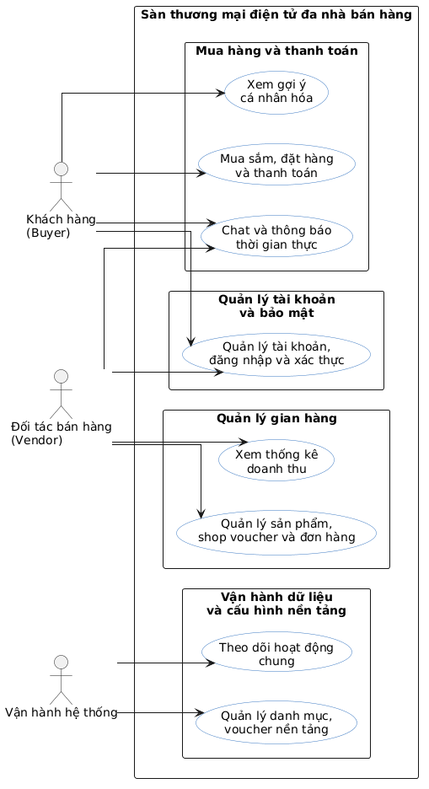
The PlantUML diagram report/Chuong/images/generated/general_use_case.png in kiwwi1/DATN, before a commit.
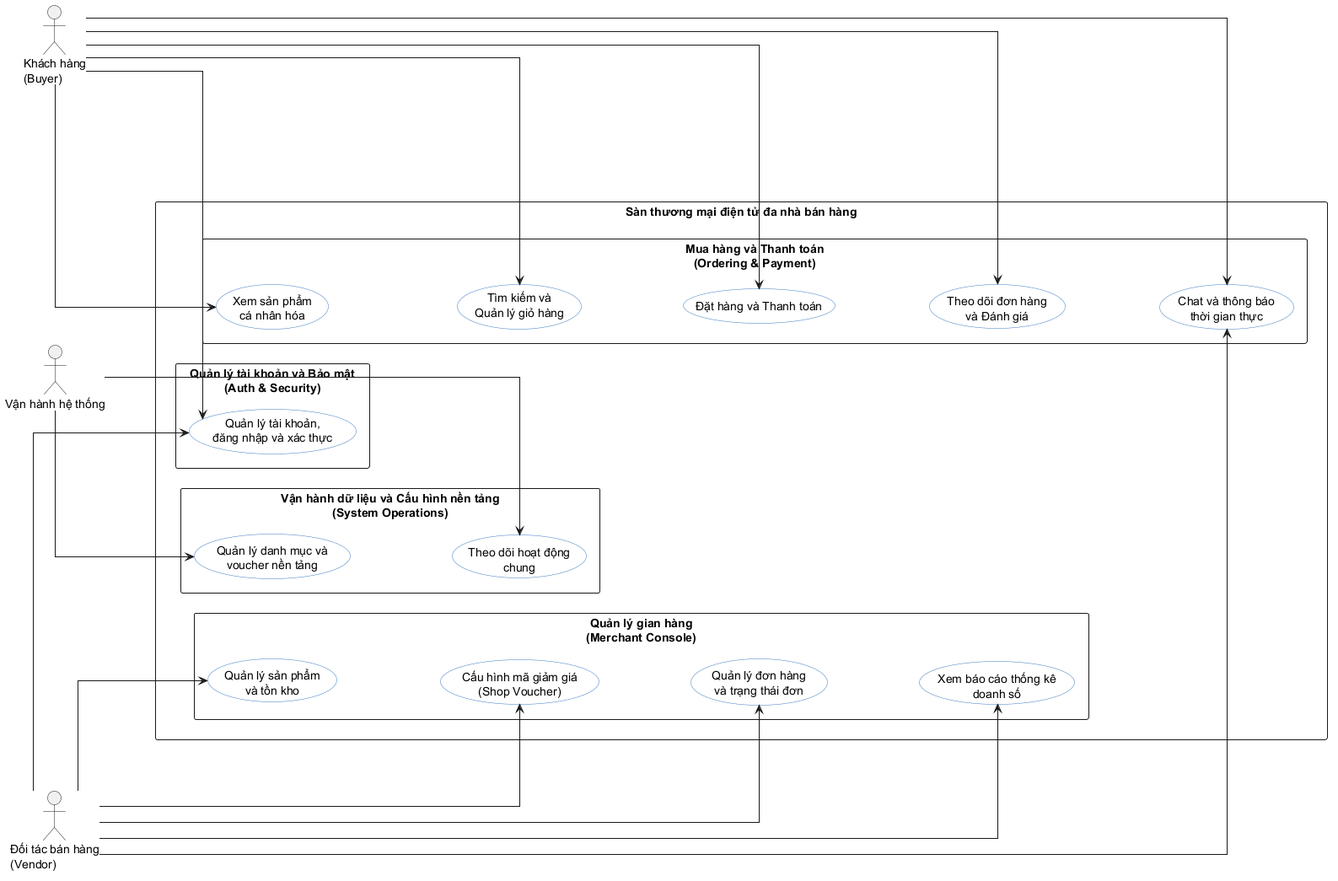
Above is the later version.

The edit, as a diff of the source:
```diff
@@ -8,48 +8,69 @@
   BorderColor #3A78C2
 }
 
+skinparam nodesep 60
+skinparam ranksep 100
+
 actor "Khách hàng\n(Buyer)" as Buyer
 actor "Đối tác bán hàng\n(Vendor)" as Vendor
 actor "Vận hành hệ thống" as Ops
 
 rectangle "Sàn thương mại điện tử đa nhà bán hàng" {
-  package "Quản lý tài khoản\nvà bảo mật" {
+  package "Quản lý tài khoản và Bảo mật\n(Auth & Security)" {
     usecase "Quản lý tài khoản,\nđăng nhập và xác thực" as UC_Auth
   }
 
-  package "Mua hàng và thanh toán" {
-    usecase "Xem gợi ý\ncá nhân hóa" as UC_Rec
-    usecase "Mua sắm, đặt hàng\nvà thanh toán" as UC_Shopping
+  package "Mua hàng và Thanh toán\n(Ordering & Payment)" {
+    usecase "Xem sản phẩm\ncá nhân hóa" as UC_Rec
+    usecase "Tìm kiếm và\nQuản lý giỏ hàng" as UC_Cart
+    usecase "Đặt hàng và Thanh toán" as UC_Order
+    usecase "Theo dõi đơn hàng\nvà Đánh giá" as UC_TrackReview
     usecase "Chat và thông báo\nthời gian thực" as UC_Chat
+
+    UC_Rec -[hidden]down-> UC_Cart
+    UC_Cart -[hidden]down-> UC_Order
+    UC_Order -[hidden]down-> UC_TrackReview
+    UC_TrackReview -[hidden]down-> UC_Chat
   }
 
-  package "Quản lý gian hàng" {
-    usecase "Quản lý sản phẩm,\nshop voucher và đơn hàng" as UC_Merchant
-    usecase "Xem thống kê\ndoanh thu" as UC_Stats
+  package "Quản lý gian hàng\n(Merchant Console)" {
+    usecase "Quản lý sản phẩm\nvà tồn kho" as UC_Product
+    usecase "Cấu hình mã giảm giá\n(Shop Voucher)" as UC_Voucher
+    usecase "Quản lý đơn hàng\nvà trạng thái đơn" as UC_OrderMgr
+    usecase "Xem báo cáo thống kê\ndoanh số" as UC_Stats
+
+    UC_Product -[hidden]down-> UC_Voucher
+    UC_Voucher -[hidden]down-> UC_OrderMgr
+    UC_OrderMgr -[hidden]down-> UC_Stats
   }
 
-  package "Vận hành dữ liệu\nvà cấu hình nền tảng" {
-    usecase "Quản lý danh mục,\nvoucher nền tảng" as UC_OpsData
+  package "Vận hành dữ liệu và Cấu hình nền tảng\n(System Operations)" {
+    usecase "Quản lý danh mục và\nvoucher nền tảng" as UC_OpsData
     usecase "Theo dõi hoạt động\nchung" as UC_Monitor
+
+    UC_OpsData -[hidden]down-> UC_Monitor
   }
 }
 
 UC_Auth -[hidden]right-> UC_Rec
-UC_Rec -[hidden]right-> UC_Merchant
-UC_Merchant -[hidden]right-> UC_OpsData
-UC_Shopping -[hidden]right-> UC_Stats
-UC_Stats -[hidden]right-> UC_Monitor
+UC_Rec -[hidden]right-> UC_Product
+UC_Product -[hidden]right-> UC_OpsData
 
 Buyer --> UC_Auth
 Buyer --> UC_Rec
-Buyer --> UC_Shopping
+Buyer --> UC_Cart
+Buyer --> UC_Order
+Buyer --> UC_TrackReview
 Buyer --> UC_Chat
 
 Vendor --> UC_Auth
-Vendor --> UC_Merchant
+Vendor --> UC_Product
+Vendor --> UC_Voucher
+Vendor --> UC_OrderMgr
 Vendor --> UC_Stats
 Vendor --> UC_Chat
 
 Ops --> UC_OpsData
 Ops --> UC_Monitor
+
 @enduml
```
